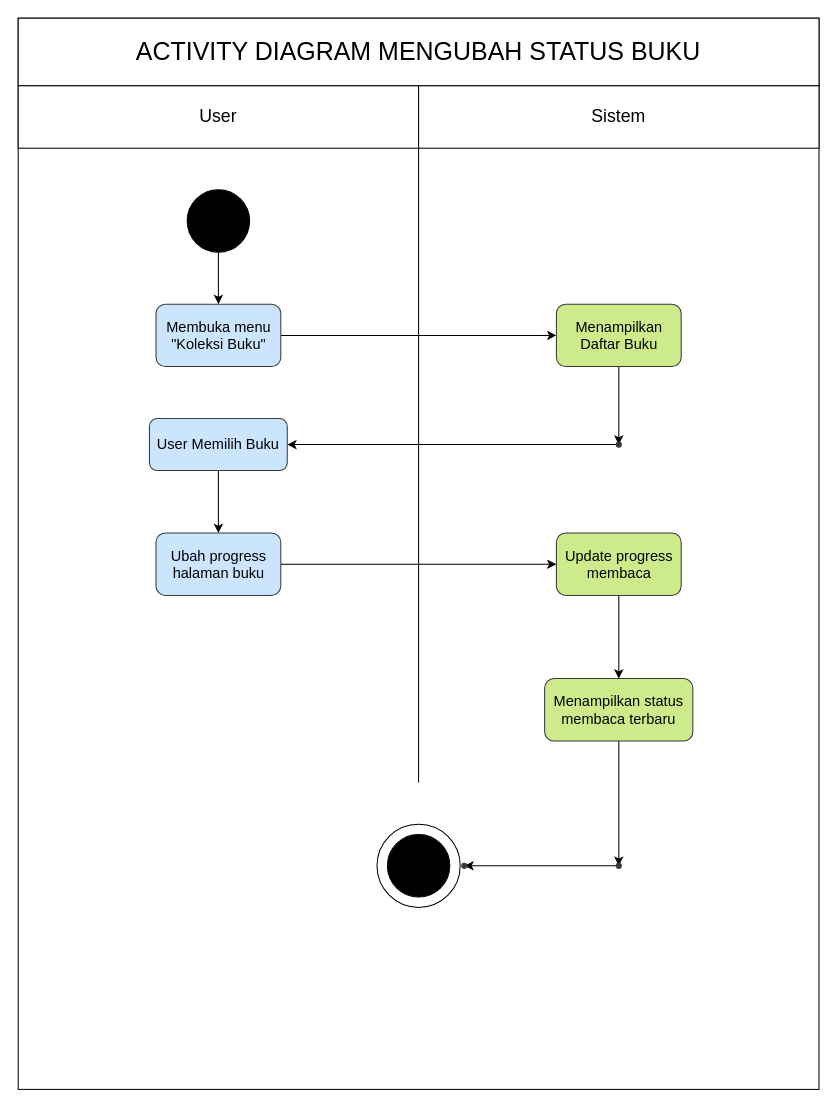
Earlier version of the draw.io diagram UML/ACTIVITY DIAGRAM/MENGUBAH_STATUS_BUKU_Diagram.drawio (dandyramadhan/kel4_RPL_R7P). Source tidied: cells renumbered, new cells numbered last; positions are measured from the earlier drawing's top-left corner, leaving out a move shared by most shapes. Both pictures are drawn from the tidied source at 104%, with x=0, y=0 at pixel (18, 18).
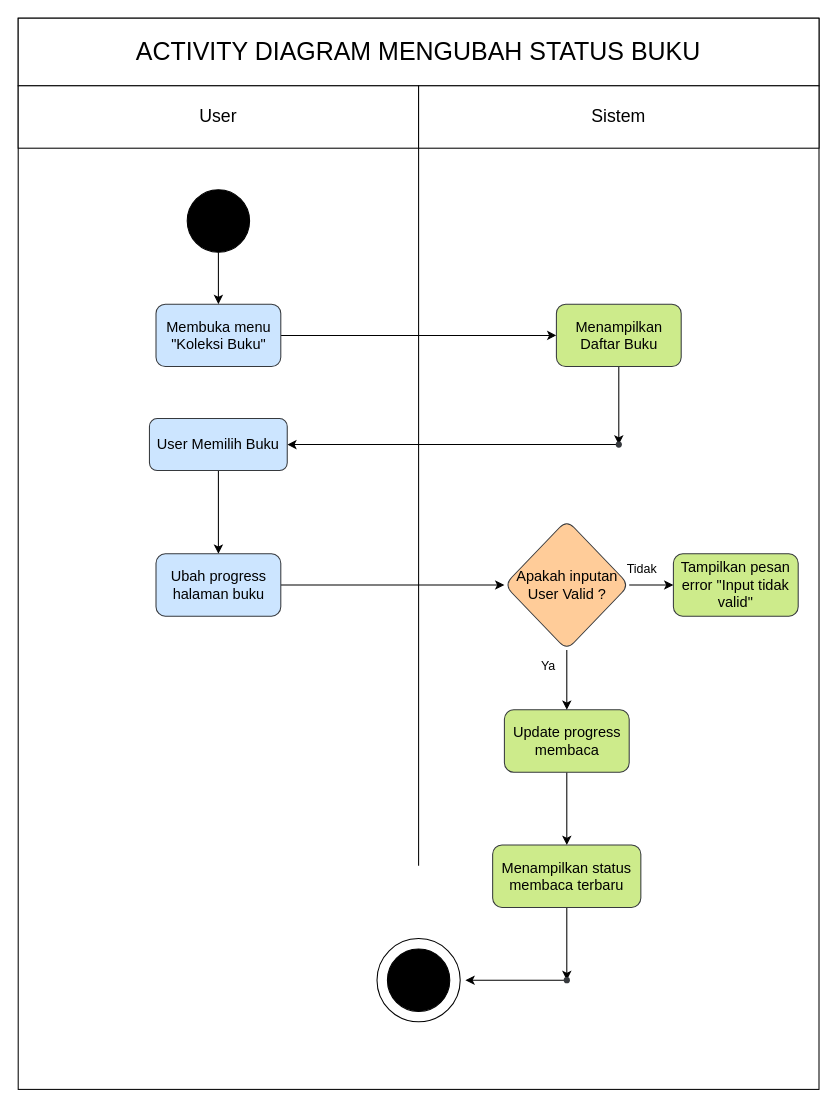
The same diagram, later.

Commit message (it also covers changes not shown here):
update Activity Diagram

The change refers to these unchanged cells:
```xml
<mxCell id="5" value="&lt;font style=&quot;font-size: 17px;&quot;&gt;Sistem&lt;/font&gt;" style="rounded=0;whiteSpace=wrap;html=1;" parent="1" vertex="1">
  <mxGeometry x="385" y="65" width="385" height="60" as="geometry" />
</mxCell>
```

Change to the diagram source:
```diff
@@
     <mxCell id="6" style="endArrow=none;html=1;rounded=0;entryX=0;entryY=1;entryDx=0;entryDy=0;" parent="1" edge="1" target="5">
       <mxGeometry relative="1" as="geometry">
-        <mxPoint x="385" y="735" as="sourcePoint" />
+        <mxPoint x="385" y="815" as="sourcePoint" />
       </mxGeometry>
     </mxCell>
@@
-    <mxCell id="17" style="edgeStyle=orthogonalEdgeStyle;rounded=0;jettySize=auto;html=1;" parent="1" edge="1" source="18" target="20">
-      <mxGeometry relative="1" as="geometry" />
-    </mxCell>
+    <mxCell id="29" style="edgeStyle=orthogonalEdgeStyle;rounded=0;jettySize=auto;html=1;" parent="1" edge="1" source="18" target="33">
+      <mxGeometry relative="1" as="geometry" />
+    </mxCell>
     <mxCell id="18" value="&lt;font style=&quot;font-size: 14px;&quot;&gt;Ubah progress halaman buku&lt;/font&gt;" style="whiteSpace=wrap;html=1;fillColor=#cce5ff;strokeColor=#36393d;sketch=0;rounded=1;roundedPerimeter=1;" parent="1" vertex="1">
-      <mxGeometry x="132.5" y="495" width="120" height="60" as="geometry" />
+      <mxGeometry x="132.5" y="515" width="120" height="60" as="geometry" />
     </mxCell>
@@
     <mxCell id="20" value="&lt;font style=&quot;font-size: 14px;&quot;&gt;Update progress membaca&lt;/font&gt;" style="whiteSpace=wrap;html=1;fillColor=#cdeb8b;strokeColor=#36393d;sketch=0;rounded=1;roundedPerimeter=1;" parent="1" vertex="1">
-      <mxGeometry x="517.5" y="495" width="120" height="60" as="geometry" />
+      <mxGeometry x="467.5" y="665" width="120" height="60" as="geometry" />
     </mxCell>
-    <mxCell id="21" style="edgeStyle=orthogonalEdgeStyle;rounded=0;jettySize=auto;html=1;" parent="1" edge="1" source="22" target="27">
-      <mxGeometry relative="1" as="geometry" />
-    </mxCell>
+    <mxCell id="30" style="edgeStyle=orthogonalEdgeStyle;rounded=0;jettySize=auto;html=1;" parent="1" edge="1" source="22" target="38">
+      <mxGeometry relative="1" as="geometry" />
+    </mxCell>
     <mxCell id="22" value="&lt;font style=&quot;font-size: 14px;&quot;&gt;Menampilkan status membaca terbaru&lt;/font&gt;" style="whiteSpace=wrap;html=1;fillColor=#cdeb8b;strokeColor=#36393d;sketch=0;rounded=1;roundedPerimeter=1;" parent="1" vertex="1">
-      <mxGeometry x="506.2" y="635" width="142.5" height="60" as="geometry" />
+      <mxGeometry x="456.2" y="795" width="142.5" height="60" as="geometry" />
     </mxCell>
     <mxCell id="23" style="group;" parent="1" vertex="1">
-      <mxGeometry x="345" y="775" width="80" height="80" as="geometry" />
+      <mxGeometry x="345" y="885" width="80" height="80" as="geometry" />
     </mxCell>
@@
-    <mxCell id="26" style="edgeStyle=orthogonalEdgeStyle;rounded=0;jettySize=auto;html=1;" parent="1" edge="1" source="27" target="28">
-      <mxGeometry relative="1" as="geometry" />
-    </mxCell>
-    <mxCell id="27" style="shape=waypoint;sketch=0;size=6;points=[];fillColor=#cdeb8b;perimeter=centerPerimeter;snapToPoint=1;strokeColor=#36393d;rounded=1;roundedPerimeter=1;" parent="1" vertex="1">
-      <mxGeometry x="567.5" y="805" width="20" height="20" as="geometry" />
-    </mxCell>
-    <mxCell id="28" style="shape=waypoint;sketch=0;size=6;points=[];fillColor=#cdeb8b;perimeter=centerPerimeter;snapToPoint=1;strokeColor=#36393d;rounded=1;roundedPerimeter=1;" parent="1" vertex="1">
-      <mxGeometry x="419" y="805" width="20" height="20" as="geometry" />
-    </mxCell>
+    <mxCell id="31" style="edgeStyle=orthogonalEdgeStyle;rounded=0;jettySize=auto;html=1;" parent="1" edge="1" source="33" target="20">
+      <mxGeometry relative="1" as="geometry" />
+    </mxCell>
+    <mxCell id="32" style="edgeStyle=orthogonalEdgeStyle;rounded=0;jettySize=auto;html=1;" parent="1" edge="1" source="33" target="34">
+      <mxGeometry relative="1" as="geometry" />
+    </mxCell>
+    <mxCell id="33" value="Apakah inputan User Valid ?" style="rhombus;whiteSpace=wrap;shapeInside=1;fillColor=#ffcc99;strokeColor=#36393d;sketch=0;rounded=1;roundedPerimeter=1;align=center;fontSize=14;" parent="1" vertex="1">
+      <mxGeometry x="467.5" y="482.5" width="120" height="125" as="geometry" />
+    </mxCell>
+    <mxCell id="34" value="Tampilkan pesan error &quot;Input tidak valid&quot;" style="whiteSpace=wrap;html=1;fontSize=14;fillColor=#cdeb8b;strokeColor=#36393d;sketch=0;rounded=1;roundedPerimeter=1;" parent="1" vertex="1">
+      <mxGeometry x="630" y="515" width="120" height="60" as="geometry" />
+    </mxCell>
+    <mxCell id="35" value="Tidak" style="text;html=1;whiteSpace=wrap;strokeColor=none;fillColor=none;align=center;verticalAlign=middle;rounded=0;" parent="1" vertex="1">
+      <mxGeometry x="570" y="515" width="60" height="30" as="geometry" />
+    </mxCell>
+    <mxCell id="36" value="Ya" style="text;html=1;whiteSpace=wrap;strokeColor=none;fillColor=none;align=center;verticalAlign=middle;rounded=0;" parent="1" vertex="1">
+      <mxGeometry x="480" y="607.5" width="60" height="30" as="geometry" />
+    </mxCell>
+    <mxCell id="37" style="edgeStyle=orthogonalEdgeStyle;rounded=0;jettySize=auto;html=1;" parent="1" edge="1" source="38">
+      <mxGeometry relative="1" as="geometry">
+        <mxPoint x="430" y="925" as="targetPoint" />
+      </mxGeometry>
+    </mxCell>
+    <mxCell id="38" style="shape=waypoint;sketch=0;size=6;points=[];fillColor=#cdeb8b;perimeter=centerPerimeter;snapToPoint=1;strokeColor=#36393d;rounded=1;roundedPerimeter=1;" parent="1" vertex="1">
+      <mxGeometry x="517.5" y="915" width="20" height="20" as="geometry" />
+    </mxCell>
```
